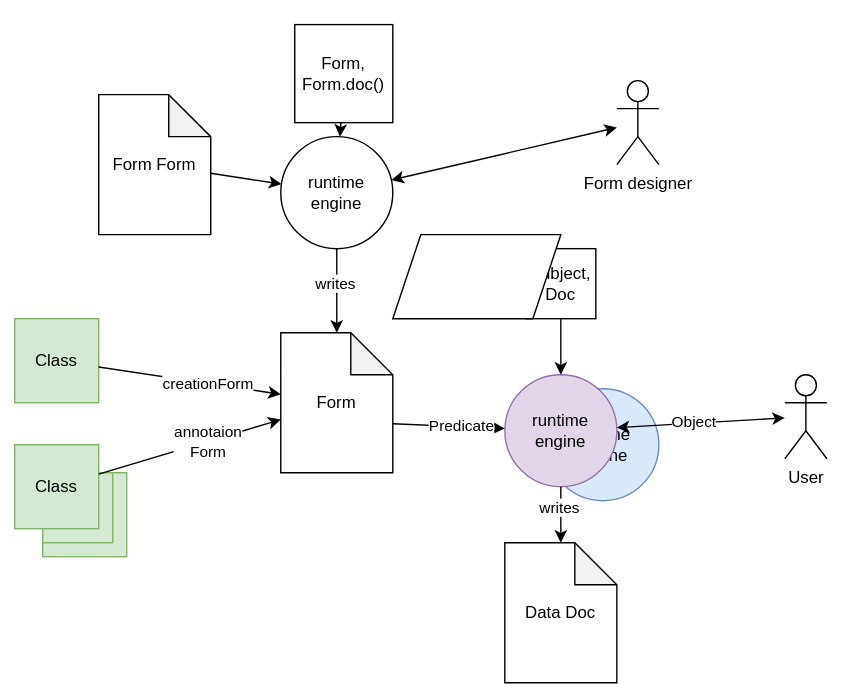
Earlier version of the draw.io export documentation/talks/forms/form-ecosystem.drawio.svg (SolidOS/solidos). Source tidied: cells renumbered, new cells last; positions are measured from the earlier drawing's top-left corner, leaving out a move shared by most shapes.
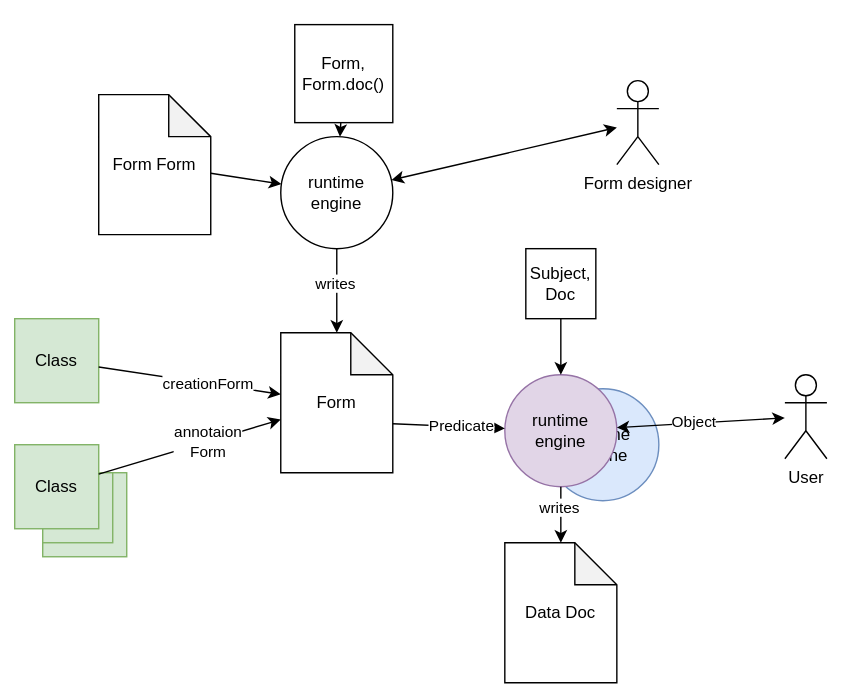
The same diagram one commit later.

Diff of the diagram source:
```diff
@@ -74,9 +74,6 @@
     <mxCell id="25" style="edgeStyle=none;rounded=0;orthogonalLoop=1;jettySize=auto;html=1;exitX=1;exitY=0;exitDx=0;exitDy=0;" parent="1" edge="1" source="12" target="12">
       <mxGeometry relative="1" as="geometry" />
     </mxCell>
-    <mxCell id="26" style="shape=parallelogram;perimeter=parallelogramPerimeter;whiteSpace=wrap;html=1;fixedSize=1;" parent="1" vertex="1">
-      <mxGeometry x="270" y="150" width="120" height="60" as="geometry" />
-    </mxCell>
     <mxCell id="27" value="Class" style="whiteSpace=wrap;html=1;fillColor=#d5e8d4;strokeColor=#82b366;" parent="1" vertex="1">
       <mxGeometry y="210" width="60" height="60" as="geometry" />
     </mxCell>
```
